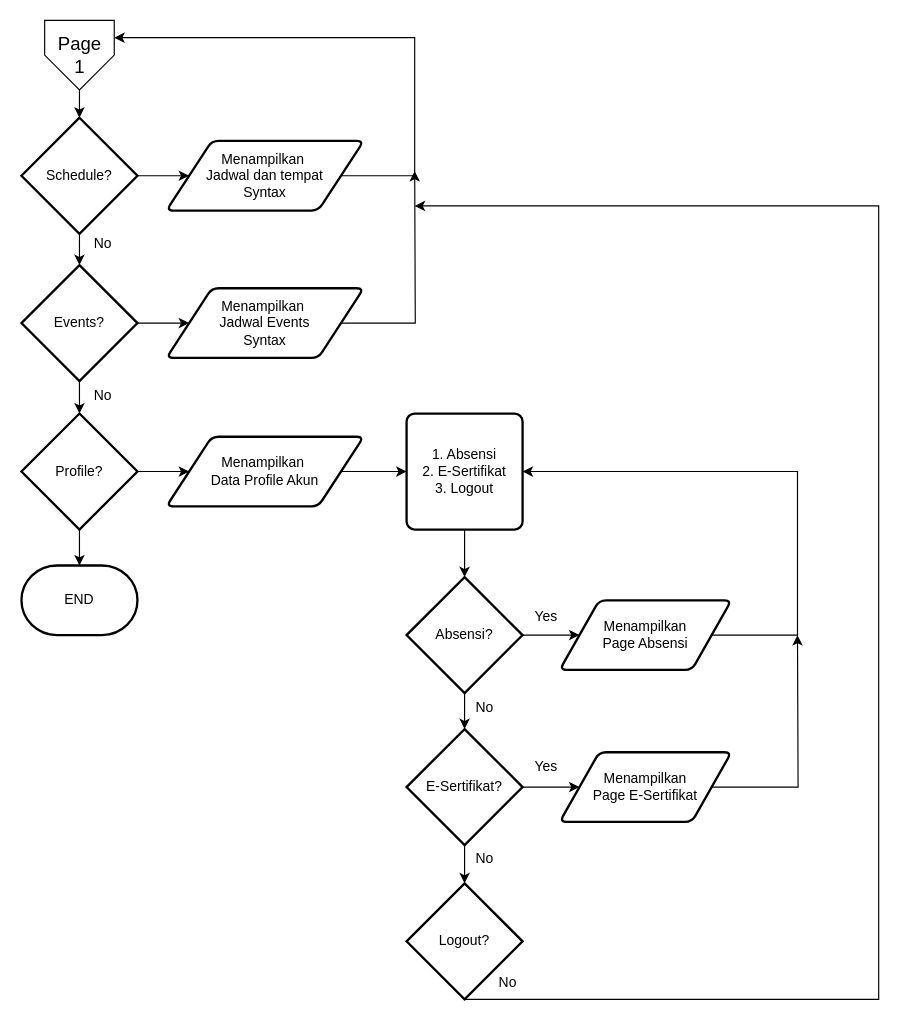
The draw.io diagram page "Page-1" (1 of 2) of PG1.drawio in dapzz-id/DrawIO, before the edit. Source tidied: cells renumbered, new cells numbered last; positions are measured from the earlier drawing's top-left corner, leaving out a move shared by most shapes. Both pictures are drawn from the tidied source at 116%, with x=0, y=0 at pixel (21, 20).
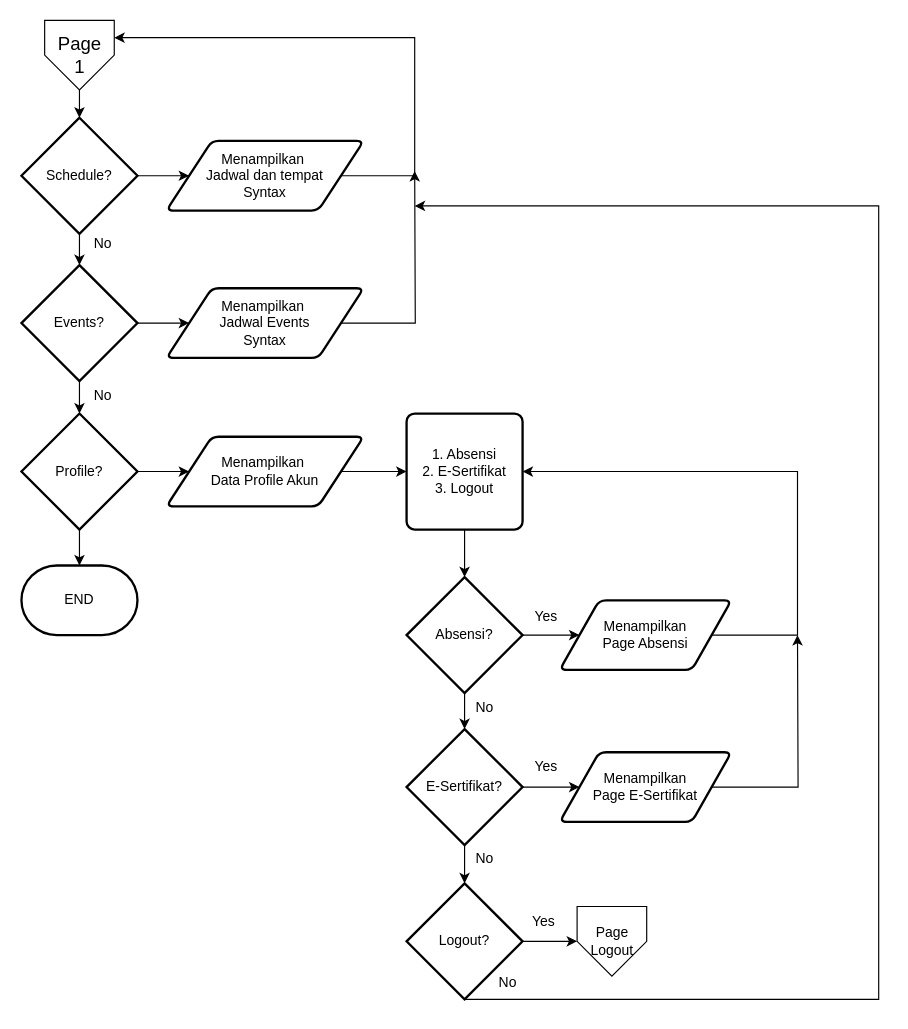
The same page after the edit.

Unchanged cells that the change refers to:
```xml
<mxCell id="37" value="Logout?" style="strokeWidth=2;html=1;shape=mxgraph.flowchart.decision;whiteSpace=wrap;" parent="1" vertex="1">
  <mxGeometry x="332" y="744" width="100" height="100" as="geometry" />
</mxCell>
```

What changed in the source:
```diff
@@
+    <mxCell id="41" style="edgeStyle=orthogonalEdgeStyle;rounded=0;jettySize=auto;html=1;" parent="1" edge="1" source="37" target="42">
+      <mxGeometry relative="1" as="geometry" />
+    </mxCell>
@@
+    <mxCell id="42" value="&lt;font style=&quot;font-size: 12px;&quot;&gt;Page&lt;/font&gt;&lt;div style=&quot;&quot;&gt;&lt;font style=&quot;font-size: 12px;&quot;&gt;Logout&lt;/font&gt;&lt;/div&gt;" style="verticalLabelPosition=middle;verticalAlign=middle;html=1;shape=offPageConnector;rounded=0;size=0.5;labelPosition=center;align=center;" parent="1" vertex="1">
+      <mxGeometry x="479" y="764" width="60" height="60" as="geometry" />
+    </mxCell>
+    <mxCell id="43" value="Yes" style="text;html=1;align=center;verticalAlign=middle;strokeColor=none;fillColor=none;" parent="1" vertex="1">
+      <mxGeometry x="430" y="762" width="40" height="30" as="geometry" />
+    </mxCell>
```
